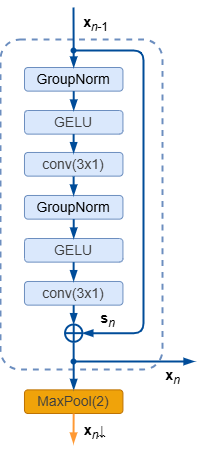
romangorbunov91/master-thesis-2026 keeps this draw.io diagram as images/parametersEstimation/encoder_block_diagram.drawio.png. Above is the earlier version. Source tidied: cells renumbered, new cells last; positions are measured from the earlier drawing's top-left corner, leaving out a move shared by most shapes.
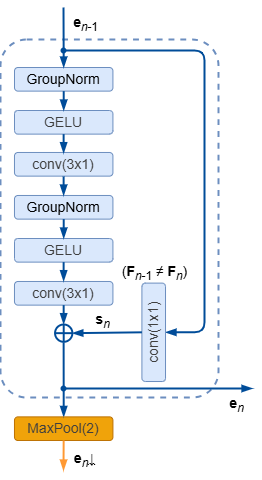
Above is the later version.

Diff of the diagram source:
```diff
@@ -3,7 +3,7 @@
     <mxCell id="0" />
     <mxCell id="1" parent="0" />
     <mxCell id="2" style="rounded=1;whiteSpace=wrap;html=1;fillColor=none;strokeColor=#6c8ebf;dashed=1;strokeWidth=1.9685;arcSize=12;" parent="1" vertex="1">
-      <mxGeometry y="33" width="162" height="330" as="geometry" />
+      <mxGeometry x="10" y="33" width="218" height="358" as="geometry" />
     </mxCell>
     <mxCell id="3" value="&lt;span style=&quot;font-size: 14px;&quot;&gt;GroupNorm&lt;/span&gt;" style="rounded=1;whiteSpace=wrap;html=1;rotation=0;fillColor=#dae8fc;strokeColor=#6c8ebf;" parent="1" vertex="1">
       <mxGeometry x="24" y="61" width="98.4" height="23.6" as="geometry" />
@@ -19,7 +19,7 @@
         <mxPoint x="73" y="1" as="sourcePoint" />
       </mxGeometry>
     </mxCell>
-    <mxCell id="7" value="&lt;font style=&quot;font-size: 14px;&quot;&gt;&lt;b style=&quot;&quot;&gt;x&lt;/b&gt;&lt;sub style=&quot;&quot;&gt;&lt;i style=&quot;&quot;&gt;n&lt;/i&gt;-1&lt;/sub&gt;&lt;/font&gt;" style="text;html=1;align=center;verticalAlign=middle;strokeColor=none;fillColor=none;" parent="1" vertex="1">
+    <mxCell id="7" value="&lt;font style=&quot;font-size: 14px;&quot;&gt;&lt;b style=&quot;&quot;&gt;e&lt;/b&gt;&lt;sub style=&quot;&quot;&gt;&lt;i style=&quot;&quot;&gt;n&lt;/i&gt;-1&lt;/sub&gt;&lt;/font&gt;" style="text;html=1;align=center;verticalAlign=middle;strokeColor=none;fillColor=none;" parent="1" vertex="1">
       <mxGeometry x="73" width="44" height="33" as="geometry" />
     </mxCell>
     <mxCell id="8" style="edgeStyle=none;html=1;entryX=0.5;entryY=0;entryDx=0;entryDy=0;rounded=0;curved=0;endArrow=blockThin;endFill=1;strokeColor=#004C99;exitX=0.5;exitY=1;exitDx=0;exitDy=0;strokeWidth=1.9685;" parent="1" edge="1" source="3" target="4">
@@ -64,17 +64,17 @@
         <mxPoint x="73.2" y="317.6" as="targetPoint" />
       </mxGeometry>
     </mxCell>
-    <mxCell id="18" style="edgeStyle=orthogonalEdgeStyle;html=1;rounded=1;endArrow=blockThin;endFill=1;strokeColor=#004C99;entryX=1;entryY=0.5;entryDx=0;entryDy=0;entryPerimeter=0;startArrow=oval;startFill=1;startSize=3.937;curved=0;strokeWidth=1.9685;" parent="1" edge="1" target="16">
+    <mxCell id="18" style="edgeStyle=orthogonalEdgeStyle;html=1;rounded=1;endArrow=blockThin;endFill=1;strokeColor=#004C99;startArrow=oval;startFill=1;startSize=3.937;curved=0;strokeWidth=1.9685;entryX=0.5;entryY=1;entryDx=0;entryDy=0;" parent="1" edge="1" target="26">
       <mxGeometry relative="1" as="geometry">
         <mxPoint x="73" y="44" as="sourcePoint" />
         <Array as="points">
-          <mxPoint x="143" y="44" />
-          <mxPoint x="143" y="327" />
+          <mxPoint x="214" y="44" />
+          <mxPoint x="214" y="326" />
         </Array>
       </mxGeometry>
     </mxCell>
     <mxCell id="19" value="&lt;span style=&quot;color: rgb(63, 63, 63); font-size: 14px;&quot;&gt;MaxPool(2)&lt;/span&gt;" style="rounded=1;whiteSpace=wrap;html=1;rotation=0;fillColor=#f0a30a;strokeColor=#BD7000;glass=0;fontColor=#000000;" parent="1" vertex="1">
-      <mxGeometry x="24" y="383.4" width="98.4" height="23.6" as="geometry" />
+      <mxGeometry x="24" y="410.4" width="98.4" height="23.6" as="geometry" />
     </mxCell>
     <mxCell id="20" style="edgeStyle=none;html=1;rounded=0;curved=0;endArrow=blockThin;endFill=1;strokeColor=#004C99;exitX=0.5;exitY=1;exitDx=0;exitDy=0;entryX=0.5;entryY=0;entryDx=0;entryDy=0;strokeWidth=1.9685;" parent="1" edge="1" target="19">
       <mxGeometry relative="1" as="geometry">
@@ -83,27 +83,36 @@
     </mxCell>
     <mxCell id="21" style="edgeStyle=none;html=1;rounded=0;curved=0;endArrow=blockThin;endFill=1;strokeColor=#FF9933;exitX=0.5;exitY=1;exitDx=0;exitDy=0;strokeWidth=1.9685;" parent="1" edge="1">
       <mxGeometry relative="1" as="geometry">
-        <mxPoint x="73.2" y="407" as="sourcePoint" />
-        <mxPoint x="73" y="437" as="targetPoint" />
+        <mxPoint x="73.2" y="434" as="sourcePoint" />
+        <mxPoint x="73" y="464" as="targetPoint" />
       </mxGeometry>
     </mxCell>
     <mxCell id="22" style="edgeStyle=orthogonalEdgeStyle;html=1;rounded=0;endArrow=blockThin;endFill=1;strokeColor=#004C99;startArrow=oval;startFill=1;startSize=3.937;strokeWidth=1.9685;" parent="1" edge="1">
       <mxGeometry relative="1" as="geometry">
-        <mxPoint x="73" y="355" as="sourcePoint" />
-        <mxPoint x="194" y="355" as="targetPoint" />
+        <mxPoint x="73" y="382" as="sourcePoint" />
+        <mxPoint x="262" y="382" as="targetPoint" />
         <Array as="points">
-          <mxPoint x="166" y="355" />
+          <mxPoint x="166" y="382" />
         </Array>
       </mxGeometry>
     </mxCell>
-    <mxCell id="23" value="&lt;font style=&quot;font-size: 14px;&quot;&gt;&lt;b style=&quot;&quot;&gt;x&lt;/b&gt;&lt;sub style=&quot;&quot;&gt;&lt;i style=&quot;&quot;&gt;n&lt;/i&gt;&lt;/sub&gt;&lt;/font&gt;" style="text;html=1;align=center;verticalAlign=middle;strokeColor=none;fillColor=none;" parent="1" vertex="1">
-      <mxGeometry x="155" y="354" width="33" height="33" as="geometry" />
+    <mxCell id="23" value="&lt;font style=&quot;font-size: 14px;&quot;&gt;&lt;b style=&quot;&quot;&gt;e&lt;/b&gt;&lt;sub style=&quot;&quot;&gt;&lt;i style=&quot;&quot;&gt;n&lt;/i&gt;&lt;/sub&gt;&lt;/font&gt;" style="text;html=1;align=center;verticalAlign=middle;strokeColor=none;fillColor=none;" parent="1" vertex="1">
+      <mxGeometry x="229" y="381" width="33" height="33" as="geometry" />
     </mxCell>
     <mxCell id="24" value="&lt;font style=&quot;font-size: 14px;&quot;&gt;&lt;b style=&quot;&quot;&gt;s&lt;/b&gt;&lt;sub style=&quot;&quot;&gt;&lt;i style=&quot;&quot;&gt;n&lt;/i&gt;&lt;/sub&gt;&lt;/font&gt;" style="text;html=1;align=center;verticalAlign=middle;strokeColor=none;fillColor=none;strokeWidth=1.9685;" parent="1" vertex="1">
-      <mxGeometry x="90" y="296" width="33" height="33" as="geometry" />
+      <mxGeometry x="95" y="297" width="33" height="33" as="geometry" />
     </mxCell>
-    <mxCell id="25" value="&lt;font style=&quot;font-size: 14px;&quot;&gt;&lt;font style=&quot;&quot;&gt;&lt;b style=&quot;&quot;&gt;x&lt;/b&gt;&lt;sub style=&quot;&quot;&gt;&lt;i style=&quot;&quot;&gt;n&lt;/i&gt;&lt;/sub&gt;&lt;/font&gt;&lt;font face=&quot;Google Sans, Arial, sans-serif&quot;&gt;&lt;i style=&quot;&quot;&gt;&lt;u style=&quot;&quot;&gt;↓&lt;/u&gt;&lt;/i&gt;&lt;/font&gt;&lt;/font&gt;" style="text;html=1;align=center;verticalAlign=middle;strokeColor=none;fillColor=none;" parent="1" vertex="1">
-      <mxGeometry x="74" y="409" width="40" height="33" as="geometry" />
+    <mxCell id="25" value="&lt;font style=&quot;font-size: 14px;&quot;&gt;&lt;font style=&quot;&quot;&gt;&lt;b style=&quot;&quot;&gt;e&lt;/b&gt;&lt;sub style=&quot;&quot;&gt;&lt;i style=&quot;&quot;&gt;n&lt;/i&gt;&lt;/sub&gt;&lt;/font&gt;&lt;font face=&quot;Google Sans, Arial, sans-serif&quot;&gt;&lt;i style=&quot;&quot;&gt;&lt;u style=&quot;&quot;&gt;↓&lt;/u&gt;&lt;/i&gt;&lt;/font&gt;&lt;/font&gt;" style="text;html=1;align=center;verticalAlign=middle;strokeColor=none;fillColor=none;" parent="1" vertex="1">
+      <mxGeometry x="74" y="436" width="40" height="33" as="geometry" />
     </mxCell>
+    <mxCell id="26" value="&lt;span style=&quot;color: rgb(63, 63, 63); font-size: 14px;&quot;&gt;conv(1x1)&lt;/span&gt;" style="rounded=1;whiteSpace=wrap;html=1;rotation=-90;fillColor=#dae8fc;strokeColor=#6c8ebf;" parent="1" vertex="1">
+      <mxGeometry x="114" y="314" width="98.4" height="23.6" as="geometry" />
+    </mxCell>
+    <mxCell id="27" style="edgeStyle=none;html=1;rounded=0;curved=0;endArrow=blockThin;endFill=1;strokeColor=#004C99;exitX=0.5;exitY=0;exitDx=0;exitDy=0;strokeWidth=1.9685;entryX=1;entryY=0.5;entryDx=0;entryDy=0;entryPerimeter=0;" parent="1" edge="1" source="26" target="16">
+      <mxGeometry relative="1" as="geometry" />
+    </mxCell>
+    <mxCell id="28" value="&lt;span style=&quot;font-size: 14px;&quot;&gt;(&lt;b&gt;F&lt;/b&gt;&lt;sub&gt;&lt;i&gt;n&lt;/i&gt;-1&lt;/sub&gt; ≠ &lt;b&gt;F&lt;/b&gt;&lt;sub&gt;&lt;i&gt;n&lt;/i&gt;&lt;/sub&gt;)&lt;/span&gt;" style="text;html=1;align=center;verticalAlign=middle;strokeColor=none;fillColor=none;strokeWidth=1.9685;" parent="1" vertex="1">
+      <mxGeometry x="122.4" y="249" width="84" height="33" as="geometry" />
+    </mxCell>
   </root>
 </mxGraphModel>
```
